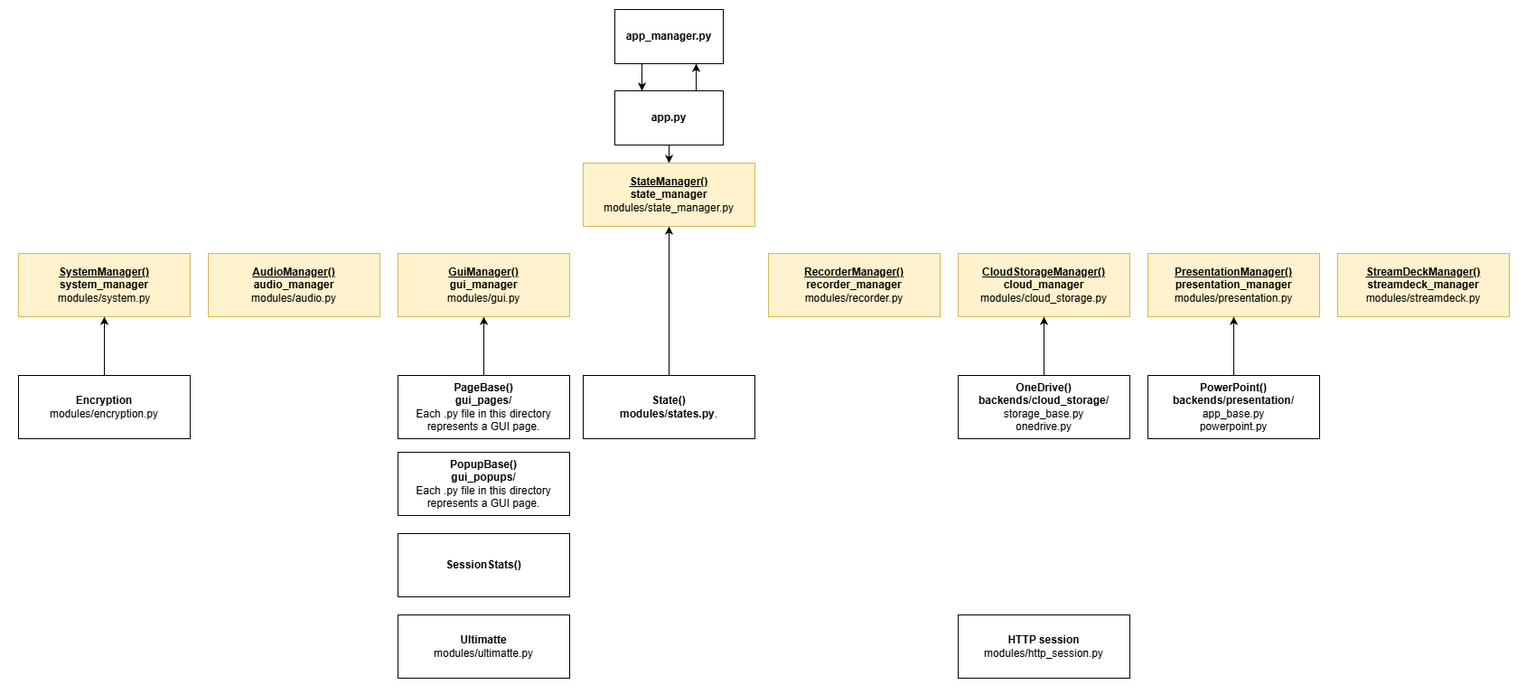
Earlier version of the draw.io export documents/code_overview.png (UtrechtUniversity/diy-studio-app). Source tidied: cells renumbered, new cells last; positions are measured from the earlier drawing's top-left corner, leaving out a move shared by most shapes.
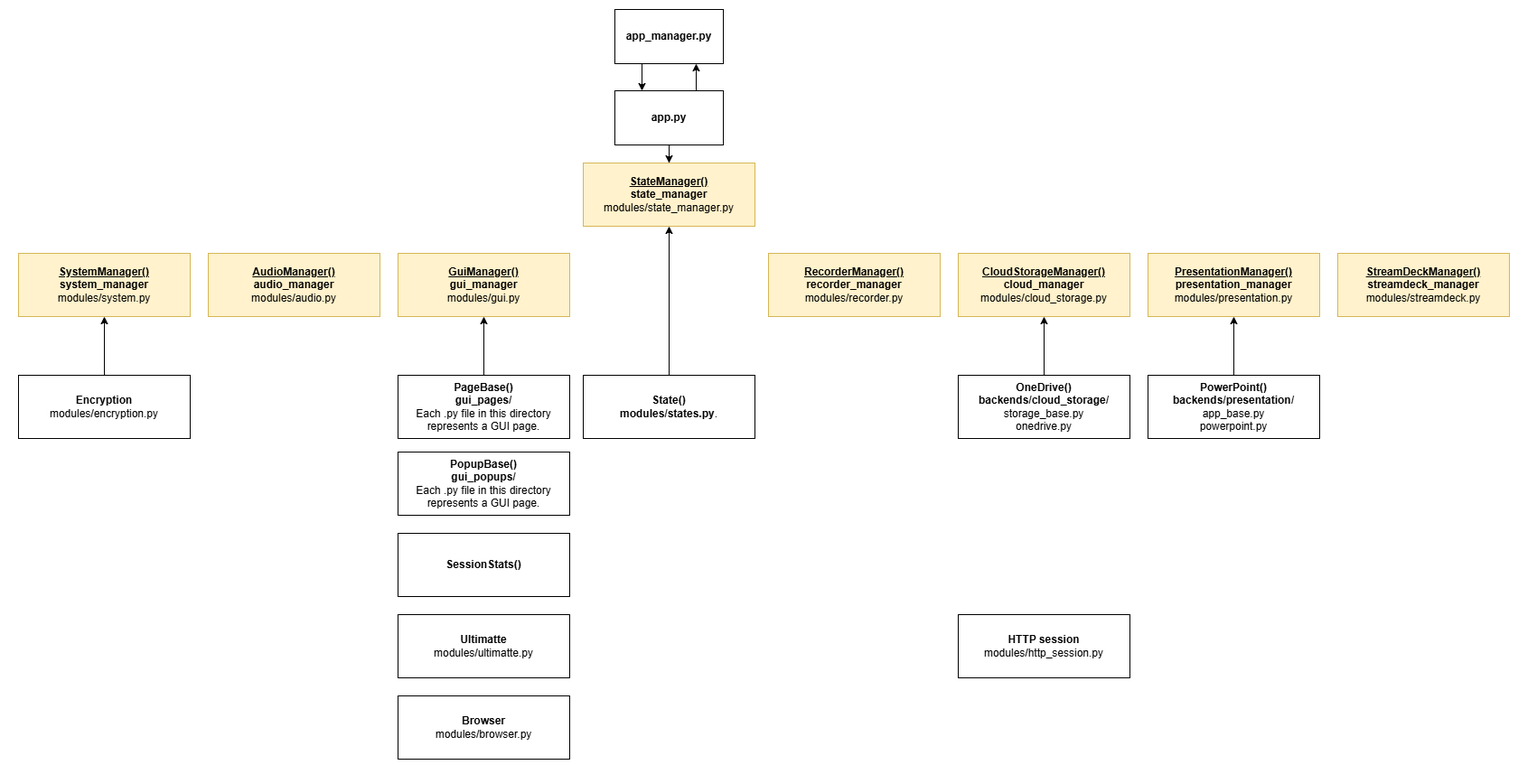
The same file after the commit.

The edit, as a diff of the source:
```diff
@@ -83,5 +83,8 @@
     <mxCell id="28" value="&lt;b&gt;app_manager.py&lt;/b&gt;" style="rounded=0;whiteSpace=wrap;html=1;" parent="1" vertex="1">
       <mxGeometry x="660" width="120" height="60" as="geometry" />
     </mxCell>
+    <mxCell id="29" value="&lt;b&gt;Browser&lt;/b&gt;&lt;div&gt;&lt;span style=&quot;color: light-dark(rgb(0, 0, 0), rgb(255, 255, 255)); background-color: transparent;&quot;&gt;modules&lt;/span&gt;/browser.py&lt;b&gt;&lt;/b&gt;&lt;/div&gt;" style="rounded=0;whiteSpace=wrap;html=1;" parent="1" vertex="1">
+      <mxGeometry x="420" y="760" width="190" height="70" as="geometry" />
+    </mxCell>
   </root>
 </mxGraphModel>
```
